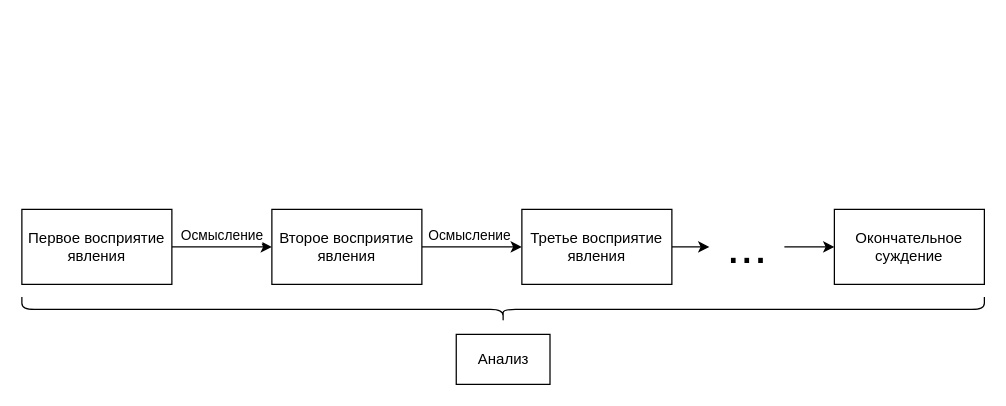
The draw.io diagram page "Анализ" (1 of 4) of Основы системного анализа/lab1/Диаграммы.drawio in kuskas112/Labs, before the edit. Source tidied: cells renumbered, new cells numbered last; positions are measured from the earlier drawing's top-left corner, leaving out a move shared by most shapes. Both pictures are drawn from the tidied source at 125%, with x=0, y=0 at pixel (21, -172).
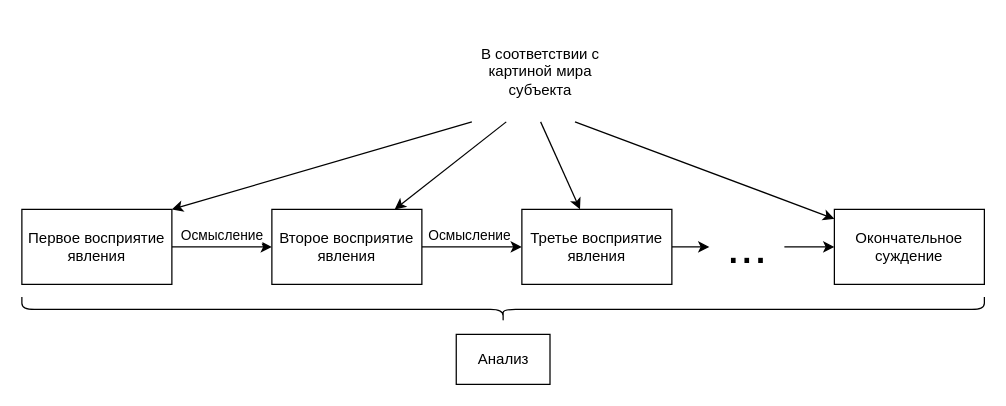
Above is the later version.

Unchanged cells that the change refers to:
```xml
<mxCell id="4" value="Первое восприятие явления" style="rounded=0;whiteSpace=wrap;html=1;" parent="1" vertex="1">
  <mxGeometry y="305" width="120" height="60" as="geometry" />
</mxCell>
<mxCell id="7" value="Второе восприятие явления" style="rounded=0;whiteSpace=wrap;html=1;" parent="1" vertex="1">
  <mxGeometry x="200" y="305" width="120" height="60" as="geometry" />
</mxCell>
<mxCell id="9" value="Третье восприятие явления" style="rounded=0;whiteSpace=wrap;html=1;" parent="1" vertex="1">
  <mxGeometry x="400" y="305" width="120" height="60" as="geometry" />
</mxCell>
<mxCell id="10" value="Окончательное суждение" style="rounded=0;whiteSpace=wrap;html=1;" parent="1" vertex="1">
  <mxGeometry x="650" y="305" width="120" height="60" as="geometry" />
</mxCell>
```

Change to the diagram source:
```diff
@@
+    <mxCell id="15" style="rounded=0;jettySize=auto;html=1;exitX=0;exitY=1;exitDx=0;exitDy=0;entryX=1;entryY=0;entryDx=0;entryDy=0;" parent="1" edge="1" source="19" target="4">
+      <mxGeometry relative="1" as="geometry" />
+    </mxCell>
+    <mxCell id="16" style="edgeStyle=none;rounded=0;jettySize=auto;html=1;exitX=0.25;exitY=1;exitDx=0;exitDy=0;strokeColor=default;align=center;verticalAlign=middle;fontFamily=Helvetica;fontSize=11;fontColor=default;labelBackgroundColor=default;endArrow=classic;" parent="1" edge="1" source="19" target="7">
+      <mxGeometry relative="1" as="geometry" />
+    </mxCell>
+    <mxCell id="17" style="edgeStyle=none;rounded=0;jettySize=auto;html=1;exitX=0.5;exitY=1;exitDx=0;exitDy=0;strokeColor=default;align=center;verticalAlign=middle;fontFamily=Helvetica;fontSize=11;fontColor=default;labelBackgroundColor=default;endArrow=classic;" parent="1" edge="1" source="19" target="9">
+      <mxGeometry relative="1" as="geometry" />
+    </mxCell>
+    <mxCell id="18" style="edgeStyle=none;rounded=0;jettySize=auto;html=1;exitX=0.75;exitY=1;exitDx=0;exitDy=0;strokeColor=default;align=center;verticalAlign=middle;fontFamily=Helvetica;fontSize=11;fontColor=default;labelBackgroundColor=default;endArrow=classic;" parent="1" edge="1" source="19" target="10">
+      <mxGeometry relative="1" as="geometry" />
+    </mxCell>
+    <mxCell id="19" value="В соответствии с картиной мира субъекта" style="text;html=1;align=center;verticalAlign=middle;whiteSpace=wrap;rounded=0;" parent="1" vertex="1">
+      <mxGeometry x="360" y="155" width="110" height="80" as="geometry" />
+    </mxCell>
```
